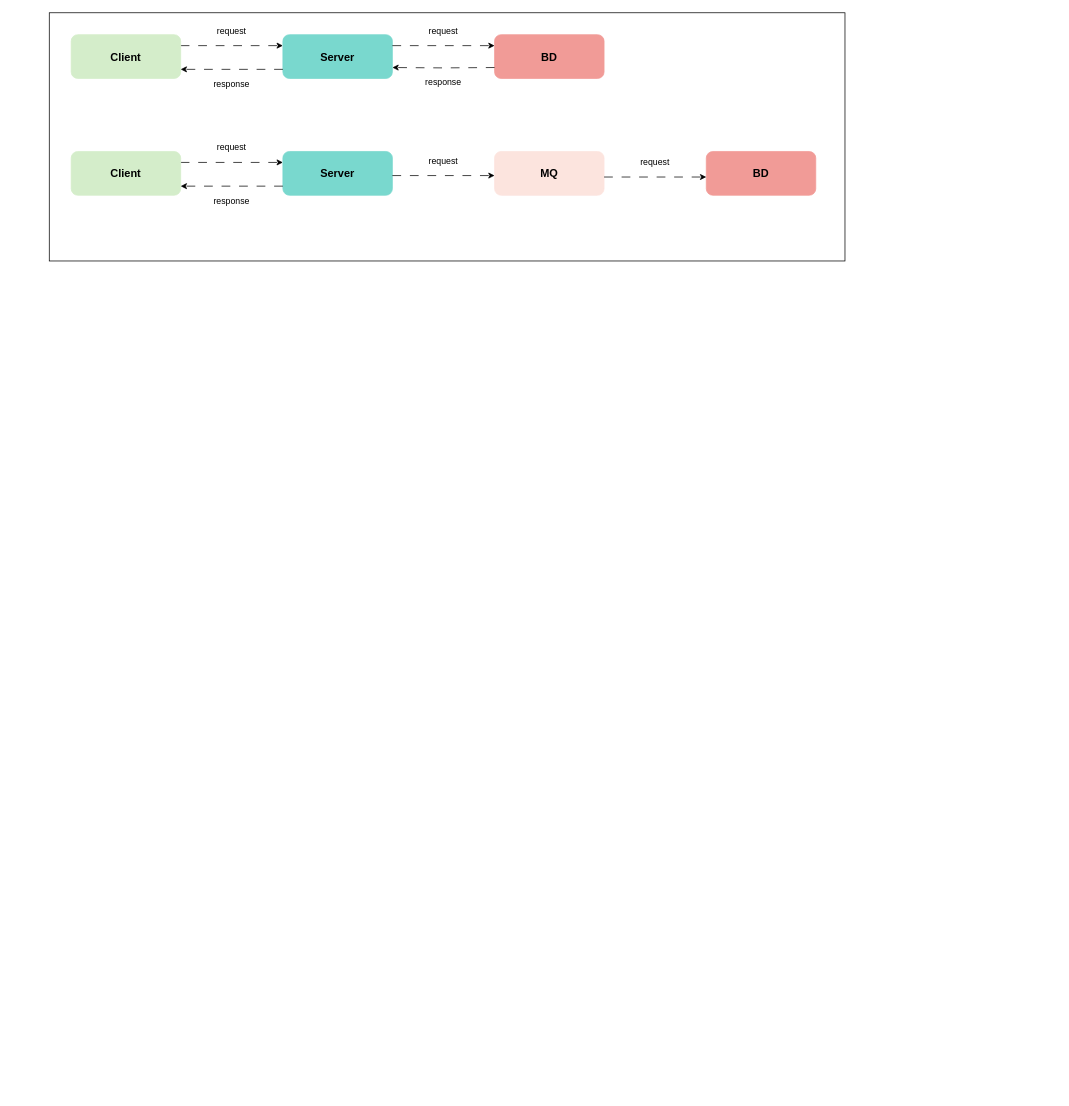
The draw.io diagram bookMind/mq.drawio in SilentEchoe/Blogs, before the edit. Source tidied: cells renumbered, new cells numbered last; positions are measured from the earlier drawing's top-left corner, leaving out a move shared by most shapes. Both pictures are drawn from the tidied source at 73%, with x=0, y=0 at pixel (49, 12).
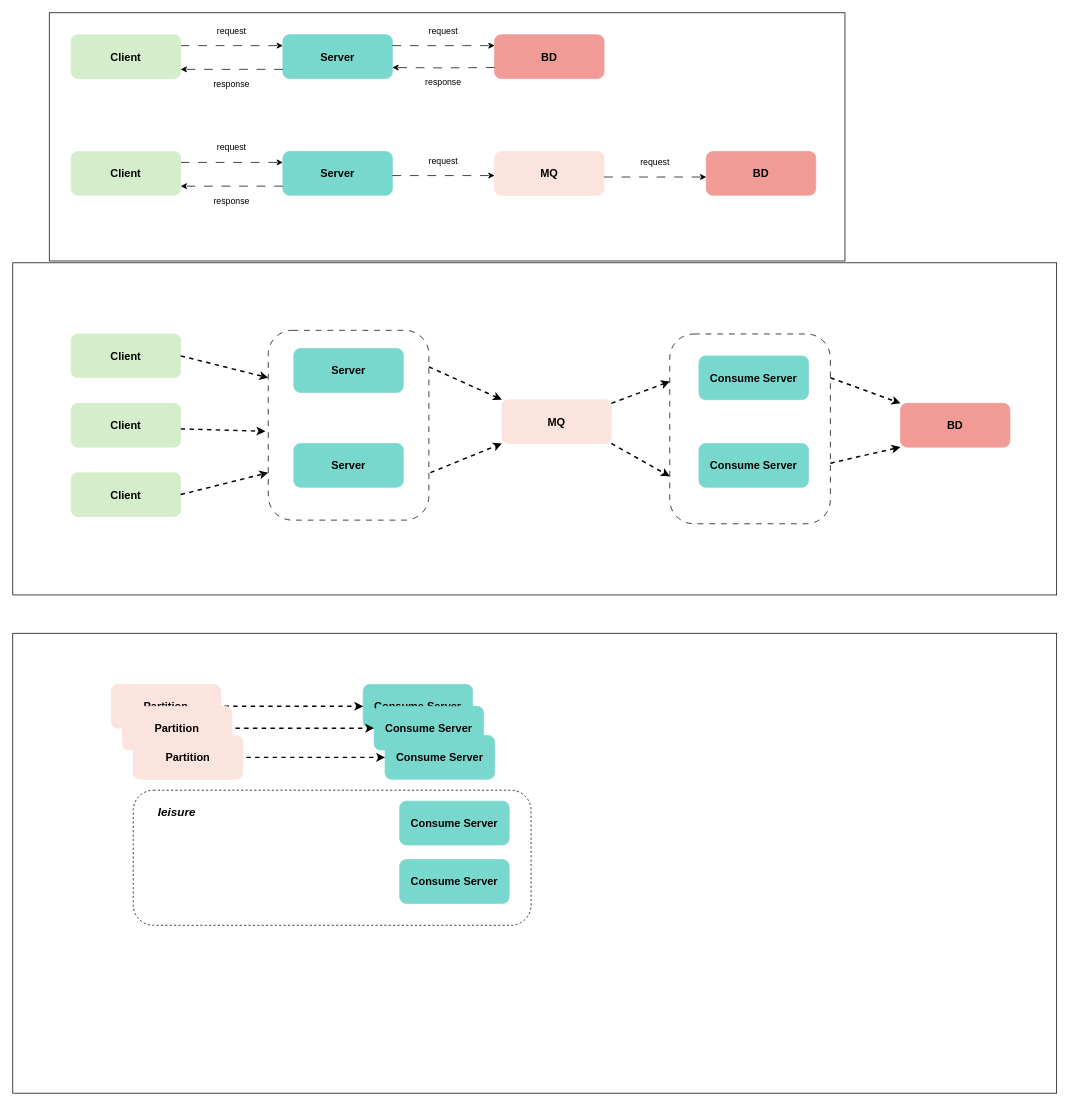
Above is the later version.

Change to the diagram source:
```diff
@@
+    <mxCell id="26" style="rounded=0;whiteSpace=wrap;html=1;" parent="1" vertex="1">
+      <mxGeometry x="-50" y="342.5" width="1430" height="455" as="geometry" />
+    </mxCell>
@@
+    <mxCell id="27" value="&lt;font style=&quot;font-size: 15px;&quot;&gt;&lt;b&gt;Client&lt;/b&gt;&lt;/font&gt;" style="rounded=1;whiteSpace=wrap;html=1;fillColor=#D4EDCA;strokeColor=#D4EDCA;" parent="1" vertex="1">
+      <mxGeometry x="30" y="440" width="150" height="60" as="geometry" />
+    </mxCell>
+    <mxCell id="28" value="&lt;font style=&quot;font-size: 15px;&quot;&gt;&lt;b&gt;Client&lt;/b&gt;&lt;/font&gt;" style="rounded=1;whiteSpace=wrap;html=1;fillColor=#D4EDCA;strokeColor=#D4EDCA;" parent="1" vertex="1">
+      <mxGeometry x="30" y="535" width="150" height="60" as="geometry" />
+    </mxCell>
+    <mxCell id="29" value="&lt;font style=&quot;font-size: 15px;&quot;&gt;&lt;b&gt;Client&lt;/b&gt;&lt;/font&gt;" style="rounded=1;whiteSpace=wrap;html=1;fillColor=#D4EDCA;strokeColor=#D4EDCA;" parent="1" vertex="1">
+      <mxGeometry x="30" y="630" width="150" height="60" as="geometry" />
+    </mxCell>
+    <mxCell id="30" value="&lt;font style=&quot;font-size: 15px;&quot;&gt;&lt;b&gt;MQ&lt;/b&gt;&lt;/font&gt;" style="rounded=1;whiteSpace=wrap;html=1;fillColor=#FCE4DE;strokeColor=#FCE4DE;" parent="1" vertex="1">
+      <mxGeometry x="620" y="530" width="150" height="60" as="geometry" />
+    </mxCell>
+    <mxCell id="31" style="rounded=1;whiteSpace=wrap;html=1;dashed=1;dashPattern=8 8;" parent="1" vertex="1">
+      <mxGeometry x="300" y="435" width="220" height="260" as="geometry" />
+    </mxCell>
+    <mxCell id="32" value="&lt;font style=&quot;font-size: 15px;&quot;&gt;&lt;b&gt;BD&lt;/b&gt;&lt;/font&gt;" style="rounded=1;whiteSpace=wrap;html=1;fillColor=#F19B97;strokeColor=#F19B97;" parent="1" vertex="1">
+      <mxGeometry x="1166" y="535" width="150" height="60" as="geometry" />
+    </mxCell>
+    <mxCell id="33" style="endArrow=classic;html=1;rounded=0;strokeWidth=2;dashed=1;entryX=0;entryY=0.25;entryDx=0;entryDy=0;" parent="1" edge="1" target="31">
+      <mxGeometry relative="1" as="geometry">
+        <mxPoint x="180" y="470" as="sourcePoint" />
+      </mxGeometry>
+    </mxCell>
+    <mxCell id="34" value="&lt;font style=&quot;font-size: 15px;&quot;&gt;&lt;b&gt;Server&lt;/b&gt;&lt;/font&gt;" style="rounded=1;whiteSpace=wrap;html=1;fillColor=#79D8CE;strokeColor=#79D8CE;" parent="1" vertex="1">
+      <mxGeometry x="335" y="460" width="150" height="60" as="geometry" />
+    </mxCell>
+    <mxCell id="35" value="&lt;font style=&quot;font-size: 15px;&quot;&gt;&lt;b&gt;Server&lt;/b&gt;&lt;/font&gt;" style="rounded=1;whiteSpace=wrap;html=1;fillColor=#79D8CE;strokeColor=#79D8CE;" parent="1" vertex="1">
+      <mxGeometry x="335" y="590" width="150" height="60" as="geometry" />
+    </mxCell>
+    <mxCell id="36" style="rounded=1;whiteSpace=wrap;html=1;dashed=1;dashPattern=8 8;" parent="1" vertex="1">
+      <mxGeometry x="850" y="440" width="220" height="260" as="geometry" />
+    </mxCell>
+    <mxCell id="37" value="&lt;font style=&quot;font-size: 15px;&quot;&gt;&lt;b&gt;Consume Server&lt;/b&gt;&lt;/font&gt;" style="rounded=1;whiteSpace=wrap;html=1;fillColor=#79D8CE;strokeColor=#79D8CE;" parent="1" vertex="1">
+      <mxGeometry x="890" y="590" width="150" height="60" as="geometry" />
+    </mxCell>
+    <mxCell id="38" value="&lt;font style=&quot;font-size: 15px;&quot;&gt;&lt;b&gt;Consume Server&lt;/b&gt;&lt;/font&gt;" style="rounded=1;whiteSpace=wrap;html=1;fillColor=#79D8CE;strokeColor=#79D8CE;" parent="1" vertex="1">
+      <mxGeometry x="890" y="470" width="150" height="60" as="geometry" />
+    </mxCell>
+    <mxCell id="39" style="endArrow=classic;html=1;rounded=0;strokeWidth=2;dashed=1;entryX=0;entryY=0.75;entryDx=0;entryDy=0;" parent="1" edge="1" target="31">
+      <mxGeometry relative="1" as="geometry">
+        <mxPoint x="180" y="660" as="sourcePoint" />
+      </mxGeometry>
+    </mxCell>
+    <mxCell id="40" style="endArrow=classic;html=1;rounded=0;strokeWidth=2;dashed=1;entryX=-0.018;entryY=0.532;entryDx=0;entryDy=0;entryPerimeter=0;" parent="1" edge="1" target="31">
+      <mxGeometry relative="1" as="geometry">
+        <mxPoint x="180" y="570" as="sourcePoint" />
+      </mxGeometry>
+    </mxCell>
+    <mxCell id="41" style="endArrow=classic;html=1;rounded=0;strokeWidth=2;dashed=1;entryX=0;entryY=0;entryDx=0;entryDy=0;" parent="1" edge="1" target="30">
+      <mxGeometry relative="1" as="geometry">
+        <mxPoint x="520" y="485" as="sourcePoint" />
+      </mxGeometry>
+    </mxCell>
+    <mxCell id="42" style="endArrow=classic;html=1;rounded=0;strokeWidth=2;dashed=1;entryX=0;entryY=1;entryDx=0;entryDy=0;" parent="1" edge="1" target="30">
+      <mxGeometry relative="1" as="geometry">
+        <mxPoint x="522" y="630" as="sourcePoint" />
+      </mxGeometry>
+    </mxCell>
+    <mxCell id="43" style="endArrow=classic;html=1;rounded=0;strokeWidth=2;dashed=1;entryX=0;entryY=0.25;entryDx=0;entryDy=0;" parent="1" edge="1" target="36">
+      <mxGeometry relative="1" as="geometry">
+        <mxPoint x="770" y="535" as="sourcePoint" />
+      </mxGeometry>
+    </mxCell>
+    <mxCell id="44" style="endArrow=classic;html=1;rounded=0;strokeWidth=2;dashed=1;entryX=0;entryY=0.75;entryDx=0;entryDy=0;" parent="1" edge="1" target="36">
+      <mxGeometry relative="1" as="geometry">
+        <mxPoint x="770" y="590" as="sourcePoint" />
+      </mxGeometry>
+    </mxCell>
+    <mxCell id="45" style="endArrow=classic;html=1;rounded=0;strokeWidth=2;dashed=1;entryX=0;entryY=0;entryDx=0;entryDy=0;" parent="1" edge="1" target="32">
+      <mxGeometry relative="1" as="geometry">
+        <mxPoint x="1070" y="500" as="sourcePoint" />
+      </mxGeometry>
+    </mxCell>
+    <mxCell id="46" style="endArrow=classic;html=1;rounded=0;strokeWidth=2;dashed=1;entryX=0;entryY=1;entryDx=0;entryDy=0;" parent="1" edge="1" target="32">
+      <mxGeometry relative="1" as="geometry">
+        <mxPoint x="1070" y="617" as="sourcePoint" />
+      </mxGeometry>
+    </mxCell>
+    <mxCell id="47" style="rounded=0;whiteSpace=wrap;html=1;" parent="1" vertex="1">
+      <mxGeometry x="-50" y="850" width="1430" height="630" as="geometry" />
+    </mxCell>
+    <mxCell id="48" value="&lt;font style=&quot;font-size: 15px;&quot;&gt;&lt;b&gt;Consume Server&lt;/b&gt;&lt;/font&gt;" style="rounded=1;whiteSpace=wrap;html=1;fillColor=#79D8CE;strokeColor=#79D8CE;" parent="1" vertex="1">
+      <mxGeometry x="430" y="920" width="150" height="60" as="geometry" />
+    </mxCell>
+    <mxCell id="49" value="&lt;span style=&quot;font-size: 15px;&quot;&gt;&lt;b&gt;Partition&lt;/b&gt;&lt;/span&gt;" style="rounded=1;whiteSpace=wrap;html=1;fillColor=#FCE4DE;strokeColor=#FCE4DE;" parent="1" vertex="1">
+      <mxGeometry x="85" y="920" width="150" height="60" as="geometry" />
+    </mxCell>
+    <mxCell id="50" style="rounded=1;whiteSpace=wrap;html=1;dashed=1;" parent="1" vertex="1">
+      <mxGeometry x="115" y="1065" width="545" height="185" as="geometry" />
+    </mxCell>
+    <mxCell id="51" value="&lt;font style=&quot;font-size: 15px;&quot;&gt;&lt;b&gt;Consume Server&lt;/b&gt;&lt;/font&gt;" style="rounded=1;whiteSpace=wrap;html=1;fillColor=#79D8CE;strokeColor=#79D8CE;" parent="1" vertex="1">
+      <mxGeometry x="480" y="1080" width="150" height="60" as="geometry" />
+    </mxCell>
+    <mxCell id="52" value="&lt;font style=&quot;font-size: 15px;&quot;&gt;&lt;b&gt;Consume Server&lt;/b&gt;&lt;/font&gt;" style="rounded=1;whiteSpace=wrap;html=1;fillColor=#79D8CE;strokeColor=#79D8CE;" parent="1" vertex="1">
+      <mxGeometry x="480" y="1160" width="150" height="60" as="geometry" />
+    </mxCell>
+    <mxCell id="53" style="endArrow=classic;html=1;rounded=0;strokeWidth=2;dashed=1;" parent="1" edge="1" target="48">
+      <mxGeometry relative="1" as="geometry">
+        <mxPoint x="240" y="950" as="sourcePoint" />
+      </mxGeometry>
+    </mxCell>
+    <mxCell id="54" value="&lt;font style=&quot;font-size: 15px;&quot;&gt;&lt;b&gt;Consume Server&lt;/b&gt;&lt;/font&gt;" style="rounded=1;whiteSpace=wrap;html=1;fillColor=#79D8CE;strokeColor=#79D8CE;" parent="1" vertex="1">
+      <mxGeometry x="445" y="950" width="150" height="60" as="geometry" />
+    </mxCell>
+    <mxCell id="55" value="&lt;span style=&quot;font-size: 15px;&quot;&gt;&lt;b&gt;Partition&lt;/b&gt;&lt;/span&gt;" style="rounded=1;whiteSpace=wrap;html=1;fillColor=#FCE4DE;strokeColor=#FCE4DE;" parent="1" vertex="1">
+      <mxGeometry x="100" y="950" width="150" height="60" as="geometry" />
+    </mxCell>
+    <mxCell id="56" style="endArrow=classic;html=1;rounded=0;strokeWidth=2;dashed=1;" parent="1" edge="1" target="54">
+      <mxGeometry relative="1" as="geometry">
+        <mxPoint x="255" y="980" as="sourcePoint" />
+      </mxGeometry>
+    </mxCell>
+    <mxCell id="57" value="&lt;font style=&quot;font-size: 15px;&quot;&gt;&lt;b&gt;Consume Server&lt;/b&gt;&lt;/font&gt;" style="rounded=1;whiteSpace=wrap;html=1;fillColor=#79D8CE;strokeColor=#79D8CE;" parent="1" vertex="1">
+      <mxGeometry x="460" y="990" width="150" height="60" as="geometry" />
+    </mxCell>
+    <mxCell id="58" value="&lt;span style=&quot;font-size: 15px;&quot;&gt;&lt;b&gt;Partition&lt;/b&gt;&lt;/span&gt;" style="rounded=1;whiteSpace=wrap;html=1;fillColor=#FCE4DE;strokeColor=#FCE4DE;" parent="1" vertex="1">
+      <mxGeometry x="115" y="990" width="150" height="60" as="geometry" />
+    </mxCell>
+    <mxCell id="59" style="endArrow=classic;html=1;rounded=0;strokeWidth=2;dashed=1;" parent="1" edge="1" target="57">
+      <mxGeometry relative="1" as="geometry">
+        <mxPoint x="270" y="1020" as="sourcePoint" />
+      </mxGeometry>
+    </mxCell>
+    <mxCell id="60" value="&lt;font style=&quot;font-size: 16px;&quot;&gt;&lt;i&gt;&lt;b&gt;Ieisure&lt;/b&gt;&lt;/i&gt;&lt;/font&gt;" style="text;html=1;strokeColor=none;fillColor=none;align=center;verticalAlign=middle;whiteSpace=wrap;rounded=0;" parent="1" vertex="1">
+      <mxGeometry x="145" y="1080" width="60" height="30" as="geometry" />
+    </mxCell>
```
